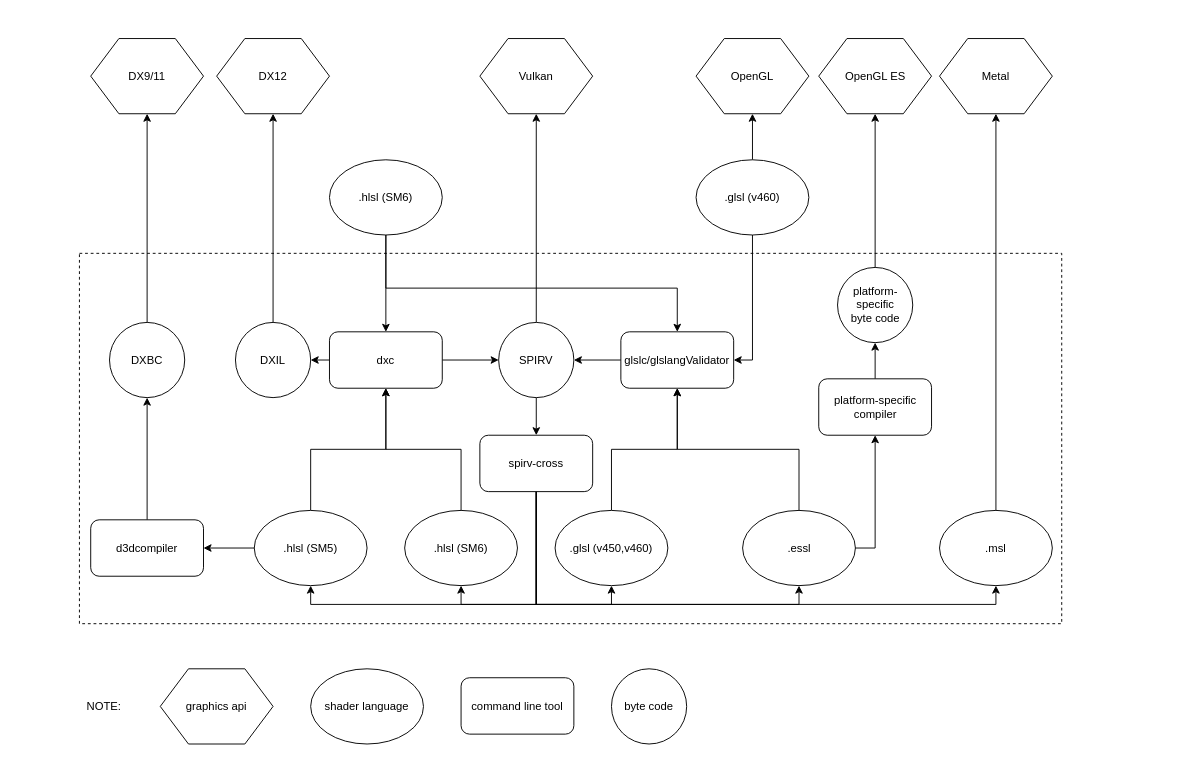
The draw.io diagram Documents/Images/cross_shader_compile.drawio in NoSW/Axe, before the edit. Source tidied: cells renumbered, new cells numbered last; positions are measured from the earlier drawing's top-left corner, leaving out a move shared by most shapes. Both pictures are drawn from the tidied source at 94%, with x=0, y=0 at pixel (79, 39).
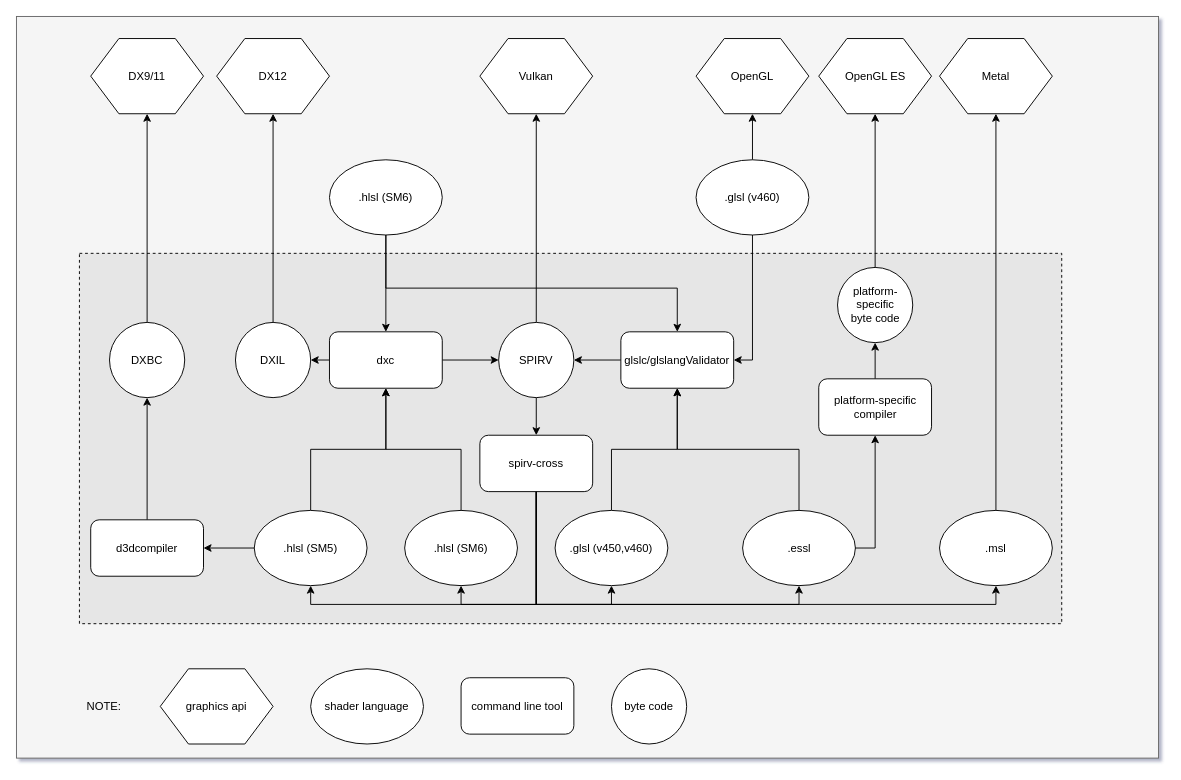
The same page after the edit.

The edit, as a diff of the source:
```diff
@@
-<mxGraphModel>
+<mxGraphModel shadow="1">
@@
+    <mxCell id="57" style="rounded=0;whiteSpace=wrap;html=1;fillColor=#f5f5f5;strokeColor=#666666;fontColor=#333333;" parent="1" vertex="1">
+      <mxGeometry x="-67" y="-24" width="1215" height="789" as="geometry" />
+    </mxCell>
-    <mxCell id="2" style="rounded=0;whiteSpace=wrap;html=1;dashed=1;fillColor=none;" parent="1" vertex="1">
+    <mxCell id="2" style="rounded=0;whiteSpace=wrap;html=1;dashed=1;fillColor=#E6E6E6;" parent="1" vertex="1">
       <mxGeometry y="228" width="1045" height="394" as="geometry" />
     </mxCell>
```
